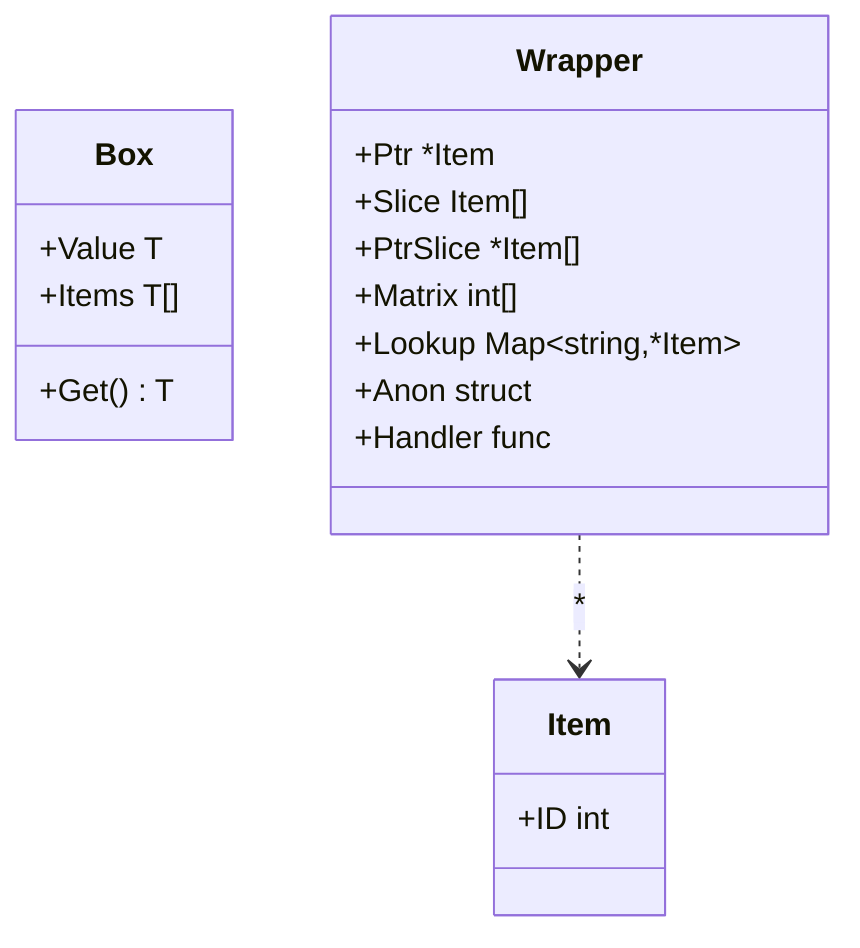
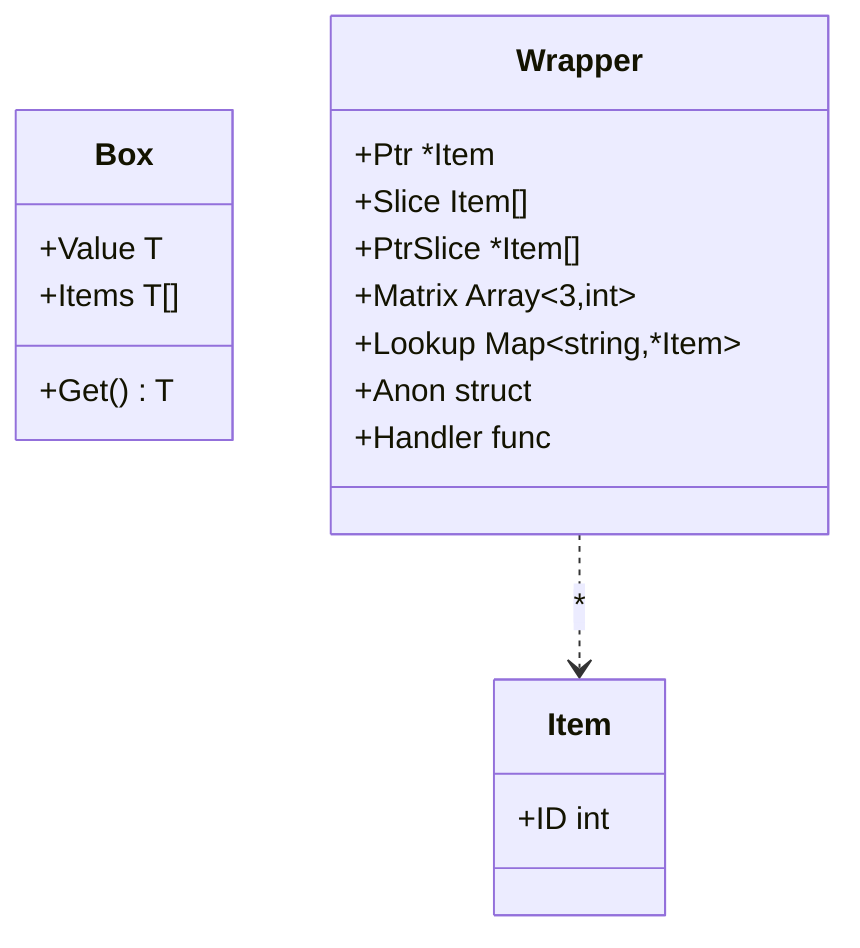
classDiagram
    class Box["Box"] {
        +Value T
        +Items T[]
        +Get() T
    }
    class Item["Item"] {
        +ID int
    }
    class Wrapper["Wrapper"] {
        +Ptr *Item
        +Slice Item[]
        +PtrSlice *Item[]
-         +Matrix int[]
+         +Matrix Array~3,int~
        +Lookup Map~string,*Item~
        +Anon struct
        +Handler func
    }
    Wrapper ..> Item : *
